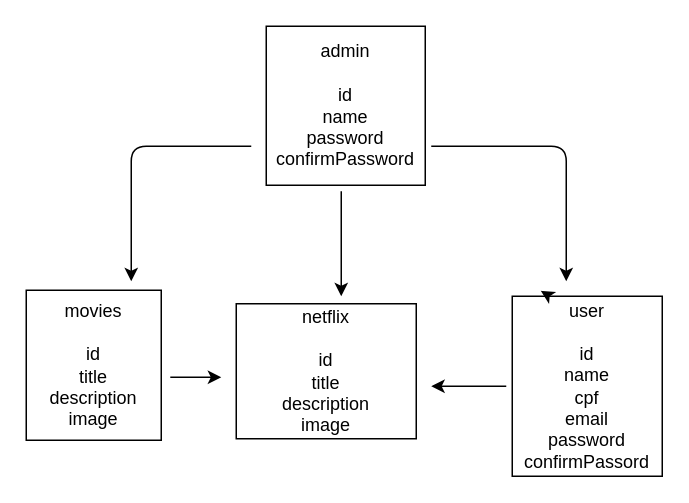
Earlier version of the draw.io diagram project.drawio (MateusSantiagoDev/netflix-backend). Source tidied: cells renumbered, new cells numbered last; positions are measured from the earlier drawing's top-left corner, leaving out a move shared by most shapes. Both pictures are drawn from the tidied source at 150%, with x=0, y=0 at pixel (26, 26).
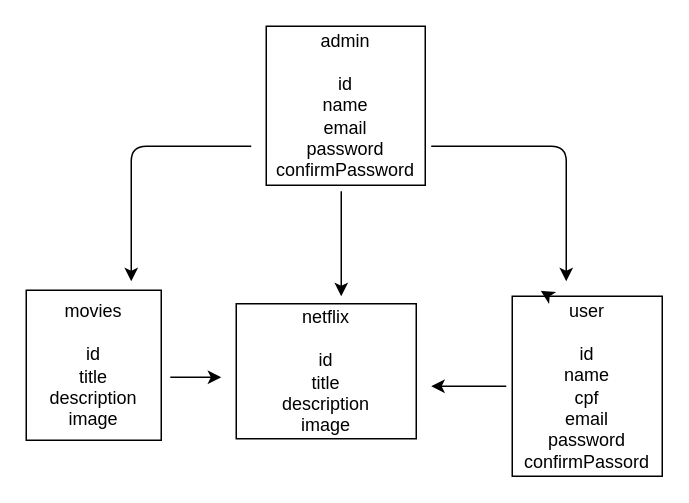
The same page after the edit.

Commit message (it also covers changes not shown here):
chore(adm): created admin method files, implemented dto and entity

The edit, as a diff of the source:
```diff
@@
 <mxGraphModel>
   <root>
     <mxCell id="0" />
     <mxCell id="1" parent="0" />
     <mxCell id="2" value="movies&lt;br&gt;&lt;br&gt;id&lt;br&gt;title&lt;br&gt;description&lt;br&gt;image" style="rounded=0;whiteSpace=wrap;html=1;" parent="1" vertex="1">
       <mxGeometry y="176" width="90" height="100" as="geometry" />
     </mxCell>
     <mxCell id="3" value="user&lt;br&gt;&lt;br&gt;id&lt;br&gt;name&lt;br&gt;cpf&lt;br&gt;email&lt;br&gt;password&lt;br&gt;confirmPassord" style="rounded=0;whiteSpace=wrap;html=1;" parent="1" vertex="1">
       <mxGeometry x="324" y="180" width="100" height="120" as="geometry" />
     </mxCell>
-    <mxCell id="4" value="admin&lt;br&gt;&lt;br&gt;id&lt;br&gt;name&lt;br&gt;password&lt;br&gt;confirmPassword" style="whiteSpace=wrap;html=1;" parent="1" vertex="1">
+    <mxCell id="4" value="admin&lt;br&gt;&lt;br&gt;id&lt;br&gt;name&lt;br&gt;email&lt;br&gt;password&lt;br&gt;confirmPassword" style="whiteSpace=wrap;html=1;" parent="1" vertex="1">
       <mxGeometry x="160" width="106" height="106" as="geometry" />
     </mxCell>
     <mxCell id="5" style="endArrow=classic;html=1;" parent="1" edge="1">
       <mxGeometry relative="1" as="geometry">
         <mxPoint x="270" y="80" as="sourcePoint" />
         <mxPoint x="360" y="170" as="targetPoint" />
         <Array as="points">
           <mxPoint x="360" y="80" />
         </Array>
       </mxGeometry>
     </mxCell>
     <mxCell id="6" style="endArrow=classic;html=1;" parent="1" edge="1">
       <mxGeometry relative="1" as="geometry">
         <mxPoint x="150" y="80" as="sourcePoint" />
         <mxPoint x="70" y="170" as="targetPoint" />
         <Array as="points">
           <mxPoint x="70" y="80" />
         </Array>
       </mxGeometry>
     </mxCell>
     <mxCell id="7" style="edgeStyle=none;html=1;exitX=0.25;exitY=0;exitDx=0;exitDy=0;entryX=0.19;entryY=-0.03;entryDx=0;entryDy=0;entryPerimeter=0;" parent="1" edge="1" source="3" target="3">
       <mxGeometry relative="1" as="geometry" />
     </mxCell>
     <mxCell id="8" value="netflix&lt;br&gt;&lt;br&gt;id&lt;br&gt;title&lt;br&gt;description&lt;br&gt;image&lt;br&gt;" style="rounded=0;whiteSpace=wrap;html=1;" parent="1" vertex="1">
       <mxGeometry x="140" y="185" width="120" height="90" as="geometry" />
     </mxCell>
     <mxCell id="9" style="endArrow=classic;html=1;" parent="1" edge="1">
       <mxGeometry relative="1" as="geometry">
         <mxPoint x="210" y="110" as="sourcePoint" />
         <mxPoint x="210" y="180" as="targetPoint" />
       </mxGeometry>
     </mxCell>
     <mxCell id="10" style="endArrow=classic;html=1;" parent="1" edge="1">
       <mxGeometry relative="1" as="geometry">
         <mxPoint x="320" y="240" as="sourcePoint" />
         <mxPoint x="270" y="240" as="targetPoint" />
       </mxGeometry>
     </mxCell>
     <mxCell id="11" style="endArrow=classic;html=1;exitX=1.067;exitY=0.58;exitDx=0;exitDy=0;exitPerimeter=0;" parent="1" edge="1" source="2">
       <mxGeometry relative="1" as="geometry">
         <mxPoint x="130" y="234" as="targetPoint" />
       </mxGeometry>
     </mxCell>
   </root>
 </mxGraphModel>
```
